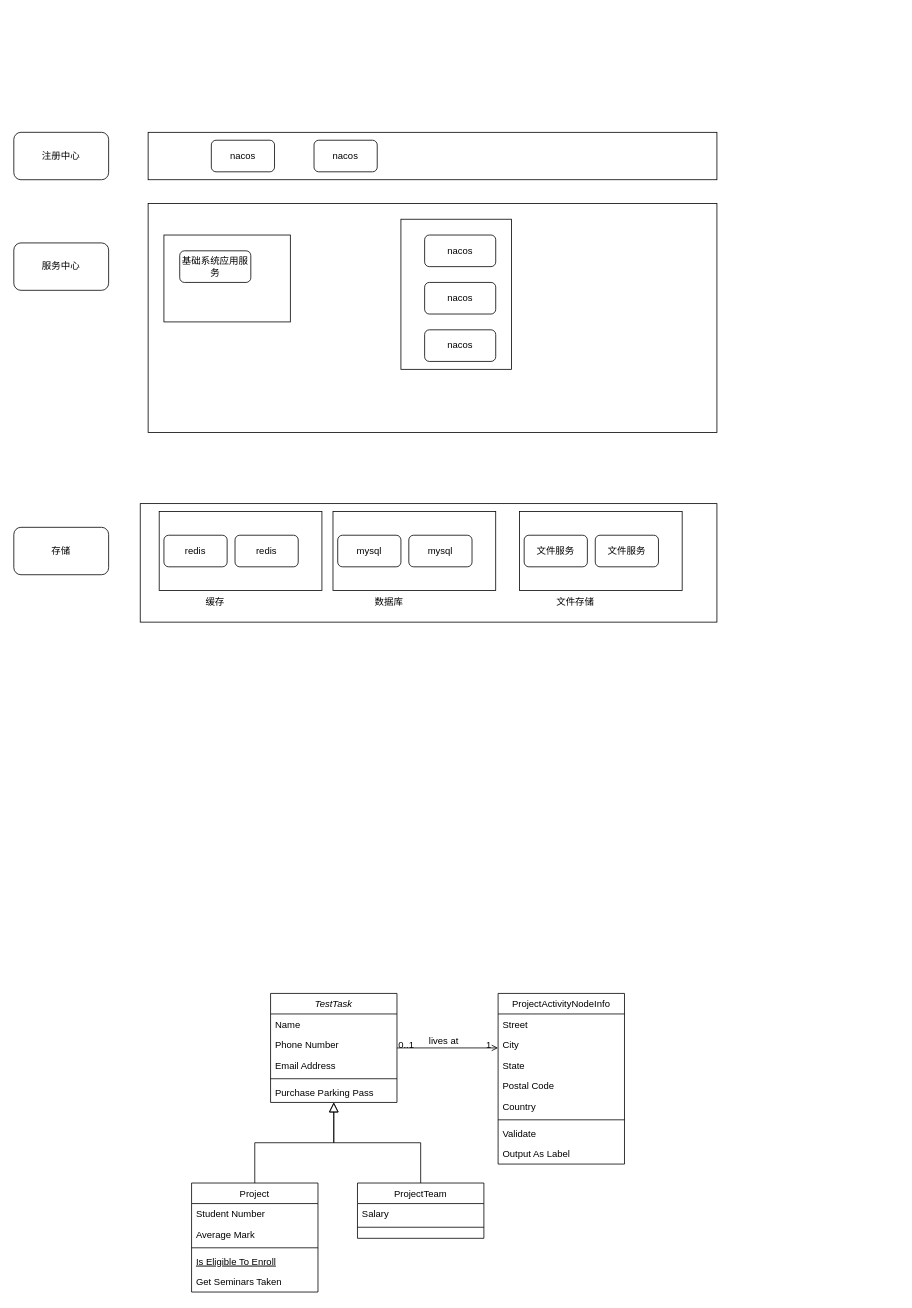
Earlier version of the draw.io diagram 一汽解放.drawio (Amanocino/java-tuling). Source tidied: cells renumbered, new cells numbered last; positions are measured from the earlier drawing's top-left corner, leaving out a move shared by most shapes. Both pictures are drawn from the tidied source at 79%, with x=0, y=0 at pixel (13, 132).
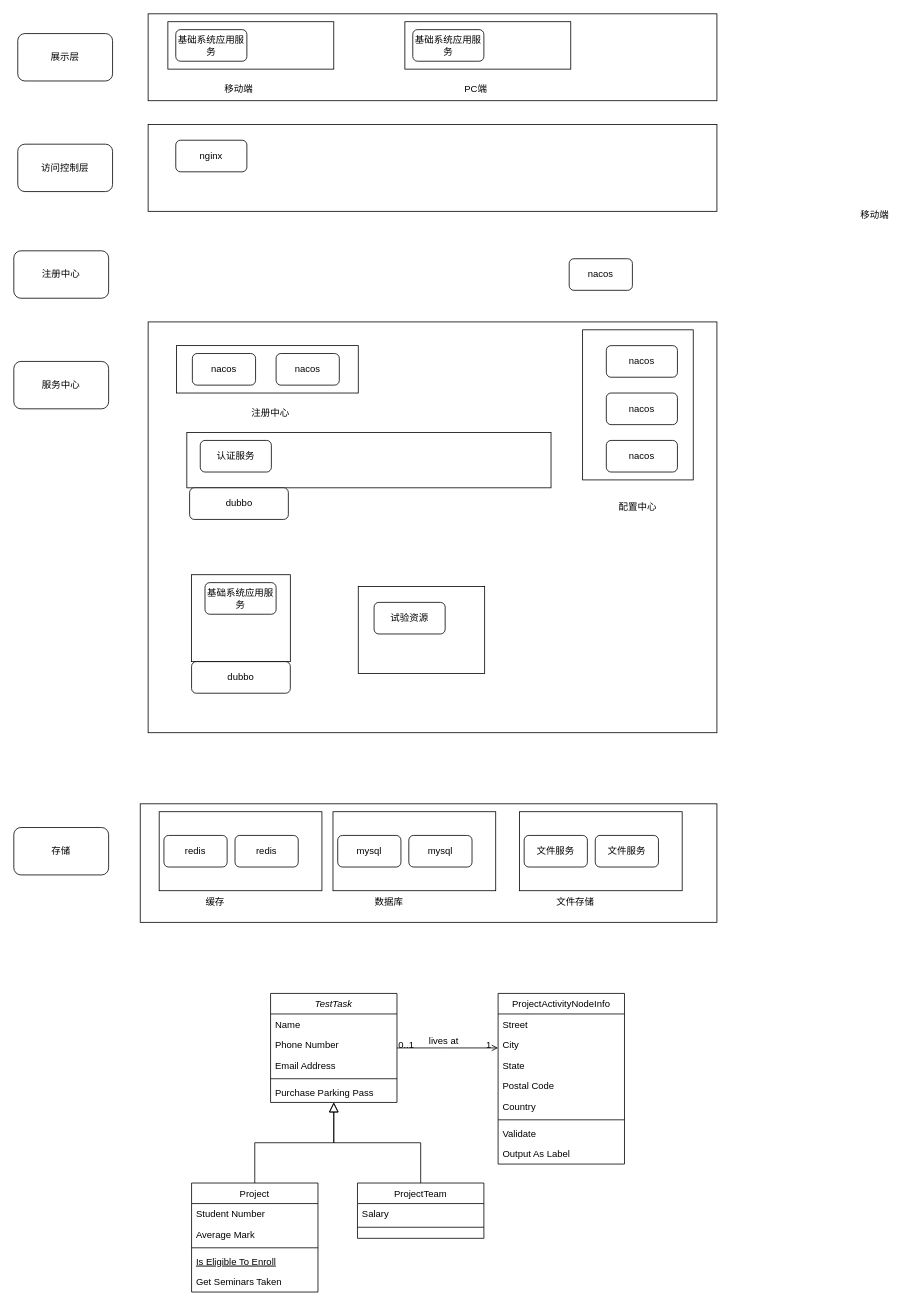
After the change.

Commit message:
更新一汽解放.drawio

Change to the diagram source:
```diff
@@
     <mxCell id="2" value="注册中心" style="rounded=1;whiteSpace=wrap;html=1;" parent="1" vertex="1">
-      <mxGeometry width="120" height="60" as="geometry" />
+      <mxGeometry y="150" width="120" height="60" as="geometry" />
     </mxCell>
     <mxCell id="3" value="服务中心" style="rounded=1;whiteSpace=wrap;html=1;" parent="1" vertex="1">
-      <mxGeometry y="140" width="120" height="60" as="geometry" />
+      <mxGeometry y="290" width="120" height="60" as="geometry" />
     </mxCell>
-    <mxCell id="4" style="rounded=0;whiteSpace=wrap;html=1;" parent="1" vertex="1">
-      <mxGeometry x="170" width="720" height="60" as="geometry" />
-    </mxCell>
-    <mxCell id="5" value="nacos" style="rounded=1;whiteSpace=wrap;html=1;" parent="1" vertex="1">
-      <mxGeometry x="250" y="10" width="80" height="40" as="geometry" />
-    </mxCell>
-    <mxCell id="6" value="nacos" style="rounded=1;whiteSpace=wrap;html=1;" parent="1" vertex="1">
-      <mxGeometry x="380" y="10" width="80" height="40" as="geometry" />
-    </mxCell>
     <mxCell id="7" style="rounded=0;whiteSpace=wrap;html=1;" parent="1" vertex="1">
-      <mxGeometry x="170" y="90" width="720" height="290" as="geometry" />
+      <mxGeometry x="170" y="240" width="720" height="520" as="geometry" />
     </mxCell>
     <mxCell id="8" style="rounded=0;whiteSpace=wrap;html=1;" parent="1" vertex="1">
-      <mxGeometry x="490" y="110" width="140" height="190" as="geometry" />
+      <mxGeometry x="720" y="250" width="140" height="190" as="geometry" />
     </mxCell>
     <mxCell id="9" value="nacos" style="rounded=1;whiteSpace=wrap;html=1;" parent="1" vertex="1">
-      <mxGeometry x="520" y="130" width="90" height="40" as="geometry" />
+      <mxGeometry x="750" y="270" width="90" height="40" as="geometry" />
     </mxCell>
     <mxCell id="10" value="nacos" style="rounded=1;whiteSpace=wrap;html=1;" parent="1" vertex="1">
-      <mxGeometry x="520" y="190" width="90" height="40" as="geometry" />
+      <mxGeometry x="750" y="330" width="90" height="40" as="geometry" />
     </mxCell>
     <mxCell id="11" value="nacos" style="rounded=1;whiteSpace=wrap;html=1;" parent="1" vertex="1">
-      <mxGeometry x="520" y="250" width="90" height="40" as="geometry" />
+      <mxGeometry x="750" y="390" width="90" height="40" as="geometry" />
     </mxCell>
     <mxCell id="12" style="rounded=0;whiteSpace=wrap;html=1;" parent="1" vertex="1">
-      <mxGeometry x="190" y="130" width="160" height="110" as="geometry" />
+      <mxGeometry x="225" y="560" width="125" height="110" as="geometry" />
     </mxCell>
     <mxCell id="13" value="基础系统应用服务" style="rounded=1;whiteSpace=wrap;html=1;" parent="1" vertex="1">
-      <mxGeometry x="210" y="150" width="90" height="40" as="geometry" />
+      <mxGeometry x="242" y="570" width="90" height="40" as="geometry" />
     </mxCell>
     <mxCell id="14" value="存储" style="rounded=1;whiteSpace=wrap;html=1;" parent="1" vertex="1">
-      <mxGeometry y="500" width="120" height="60" as="geometry" />
+      <mxGeometry y="880" width="120" height="60" as="geometry" />
     </mxCell>
     <mxCell id="15" style="rounded=0;whiteSpace=wrap;html=1;" parent="1" vertex="1">
-      <mxGeometry x="160" y="470" width="730" height="150" as="geometry" />
+      <mxGeometry x="160" y="850" width="730" height="150" as="geometry" />
     </mxCell>
     <mxCell id="16" style="rounded=0;whiteSpace=wrap;html=1;" parent="1" vertex="1">
-      <mxGeometry x="184" y="480" width="206" height="100" as="geometry" />
+      <mxGeometry x="184" y="860" width="206" height="100" as="geometry" />
     </mxCell>
     <mxCell id="17" value="缓存" style="text;strokeColor=none;align=center;fillColor=none;html=1;verticalAlign=middle;whiteSpace=wrap;rounded=0;" parent="1" vertex="1">
-      <mxGeometry x="225" y="580" width="60" height="30" as="geometry" />
+      <mxGeometry x="225" y="960" width="60" height="30" as="geometry" />
     </mxCell>
     <mxCell id="18" value="redis" style="rounded=1;whiteSpace=wrap;html=1;" parent="1" vertex="1">
-      <mxGeometry x="190" y="510" width="80" height="40" as="geometry" />
+      <mxGeometry x="190" y="890" width="80" height="40" as="geometry" />
     </mxCell>
     <mxCell id="19" value="redis" style="rounded=1;whiteSpace=wrap;html=1;" parent="1" vertex="1">
-      <mxGeometry x="280" y="510" width="80" height="40" as="geometry" />
+      <mxGeometry x="280" y="890" width="80" height="40" as="geometry" />
     </mxCell>
     <mxCell id="20" style="rounded=0;whiteSpace=wrap;html=1;" parent="1" vertex="1">
-      <mxGeometry x="404" y="480" width="206" height="100" as="geometry" />
+      <mxGeometry x="404" y="860" width="206" height="100" as="geometry" />
     </mxCell>
     <mxCell id="21" value="数据库" style="text;strokeColor=none;align=center;fillColor=none;html=1;verticalAlign=middle;whiteSpace=wrap;rounded=0;" parent="1" vertex="1">
-      <mxGeometry x="445" y="580" width="60" height="30" as="geometry" />
+      <mxGeometry x="445" y="960" width="60" height="30" as="geometry" />
     </mxCell>
     <mxCell id="22" value="mysql" style="rounded=1;whiteSpace=wrap;html=1;" parent="1" vertex="1">
-      <mxGeometry x="410" y="510" width="80" height="40" as="geometry" />
+      <mxGeometry x="410" y="890" width="80" height="40" as="geometry" />
     </mxCell>
     <mxCell id="23" value="mysql" style="rounded=1;whiteSpace=wrap;html=1;" parent="1" vertex="1">
-      <mxGeometry x="500" y="510" width="80" height="40" as="geometry" />
+      <mxGeometry x="500" y="890" width="80" height="40" as="geometry" />
     </mxCell>
     <mxCell id="24" style="rounded=0;whiteSpace=wrap;html=1;" parent="1" vertex="1">
-      <mxGeometry x="640" y="480" width="206" height="100" as="geometry" />
+      <mxGeometry x="640" y="860" width="206" height="100" as="geometry" />
     </mxCell>
     <mxCell id="25" value="文件存储" style="text;strokeColor=none;align=center;fillColor=none;html=1;verticalAlign=middle;whiteSpace=wrap;rounded=0;" parent="1" vertex="1">
-      <mxGeometry x="681" y="580" width="60" height="30" as="geometry" />
+      <mxGeometry x="681" y="960" width="60" height="30" as="geometry" />
     </mxCell>
     <mxCell id="26" value="文件服务" style="rounded=1;whiteSpace=wrap;html=1;" parent="1" vertex="1">
-      <mxGeometry x="646" y="510" width="80" height="40" as="geometry" />
+      <mxGeometry x="646" y="890" width="80" height="40" as="geometry" />
     </mxCell>
     <mxCell id="27" value="文件服务" style="rounded=1;whiteSpace=wrap;html=1;" parent="1" vertex="1">
-      <mxGeometry x="736" y="510" width="80" height="40" as="geometry" />
+      <mxGeometry x="736" y="890" width="80" height="40" as="geometry" />
     </mxCell>
@@
+    <mxCell id="58" value="配置中心" style="text;strokeColor=none;align=center;fillColor=none;html=1;verticalAlign=middle;whiteSpace=wrap;rounded=0;" parent="1" vertex="1">
+      <mxGeometry x="760" y="460" width="60" height="30" as="geometry" />
+    </mxCell>
+    <mxCell id="59" value="nacos" style="rounded=1;whiteSpace=wrap;html=1;" parent="1" vertex="1">
+      <mxGeometry x="703" y="160" width="80" height="40" as="geometry" />
+    </mxCell>
+    <mxCell id="60" style="rounded=0;whiteSpace=wrap;html=1;" parent="1" vertex="1">
+      <mxGeometry x="436" y="575" width="160" height="110" as="geometry" />
+    </mxCell>
+    <mxCell id="61" value="试验资源" style="rounded=1;whiteSpace=wrap;html=1;" parent="1" vertex="1">
+      <mxGeometry x="456" y="595" width="90" height="40" as="geometry" />
+    </mxCell>
+    <mxCell id="62" style="rounded=0;whiteSpace=wrap;html=1;" parent="1" vertex="1">
+      <mxGeometry x="170" y="-150" width="720" height="110" as="geometry" />
+    </mxCell>
+    <mxCell id="63" value="展示层" style="rounded=1;whiteSpace=wrap;html=1;" parent="1" vertex="1">
+      <mxGeometry x="5" y="-125" width="120" height="60" as="geometry" />
+    </mxCell>
+    <mxCell id="64" style="rounded=0;whiteSpace=wrap;html=1;" parent="1" vertex="1">
+      <mxGeometry x="195" y="-140" width="210" height="60" as="geometry" />
+    </mxCell>
+    <mxCell id="65" value="基础系统应用服务" style="rounded=1;whiteSpace=wrap;html=1;" parent="1" vertex="1">
+      <mxGeometry x="205" y="-130" width="90" height="40" as="geometry" />
+    </mxCell>
+    <mxCell id="66" value="移动端" style="text;strokeColor=none;align=center;fillColor=none;html=1;verticalAlign=middle;whiteSpace=wrap;rounded=0;" parent="1" vertex="1">
+      <mxGeometry x="255" y="-70" width="60" height="30" as="geometry" />
+    </mxCell>
+    <mxCell id="67" style="rounded=0;whiteSpace=wrap;html=1;" parent="1" vertex="1">
+      <mxGeometry x="495" y="-140" width="210" height="60" as="geometry" />
+    </mxCell>
+    <mxCell id="68" value="基础系统应用服务" style="rounded=1;whiteSpace=wrap;html=1;" parent="1" vertex="1">
+      <mxGeometry x="505" y="-130" width="90" height="40" as="geometry" />
+    </mxCell>
+    <mxCell id="69" value="PC端" style="text;strokeColor=none;align=center;fillColor=none;html=1;verticalAlign=middle;whiteSpace=wrap;rounded=0;" parent="1" vertex="1">
+      <mxGeometry x="555" y="-70" width="60" height="30" as="geometry" />
+    </mxCell>
+    <mxCell id="70" style="rounded=0;whiteSpace=wrap;html=1;" parent="1" vertex="1">
+      <mxGeometry x="170" y="-10" width="720" height="110" as="geometry" />
+    </mxCell>
+    <mxCell id="71" value="访问控制层" style="rounded=1;whiteSpace=wrap;html=1;" parent="1" vertex="1">
+      <mxGeometry x="5" y="15" width="120" height="60" as="geometry" />
+    </mxCell>
+    <mxCell id="72" value="nginx" style="rounded=1;whiteSpace=wrap;html=1;" parent="1" vertex="1">
+      <mxGeometry x="205" y="10" width="90" height="40" as="geometry" />
+    </mxCell>
+    <mxCell id="73" value="移动端" style="text;strokeColor=none;align=center;fillColor=none;html=1;verticalAlign=middle;whiteSpace=wrap;rounded=0;" parent="1" vertex="1">
+      <mxGeometry x="1060" y="90" width="60" height="30" as="geometry" />
+    </mxCell>
+    <mxCell id="4" style="rounded=0;whiteSpace=wrap;html=1;" parent="1" vertex="1">
+      <mxGeometry x="206" y="270" width="230" height="60" as="geometry" />
+    </mxCell>
+    <mxCell id="5" value="nacos" style="rounded=1;whiteSpace=wrap;html=1;" parent="1" vertex="1">
+      <mxGeometry x="226" y="280" width="80" height="40" as="geometry" />
+    </mxCell>
+    <mxCell id="6" value="nacos" style="rounded=1;whiteSpace=wrap;html=1;" parent="1" vertex="1">
+      <mxGeometry x="332" y="280" width="80" height="40" as="geometry" />
+    </mxCell>
+    <mxCell id="74" value="注册中心" style="text;strokeColor=none;align=center;fillColor=none;html=1;verticalAlign=middle;whiteSpace=wrap;rounded=0;" parent="1" vertex="1">
+      <mxGeometry x="295" y="340" width="60" height="30" as="geometry" />
+    </mxCell>
+    <mxCell id="75" value="dubbo" style="rounded=1;whiteSpace=wrap;html=1;" parent="1" vertex="1">
+      <mxGeometry x="225" y="670" width="125" height="40" as="geometry" />
+    </mxCell>
+    <mxCell id="76" style="rounded=0;whiteSpace=wrap;html=1;" parent="1" vertex="1">
+      <mxGeometry x="219" y="380" width="461" height="70" as="geometry" />
+    </mxCell>
+    <mxCell id="77" value="认证服务" style="rounded=1;whiteSpace=wrap;html=1;" parent="1" vertex="1">
+      <mxGeometry x="236" y="390" width="90" height="40" as="geometry" />
+    </mxCell>
+    <mxCell id="78" value="dubbo" style="rounded=1;whiteSpace=wrap;html=1;" parent="1" vertex="1">
+      <mxGeometry x="222.5" y="450" width="125" height="40" as="geometry" />
+    </mxCell>
```
